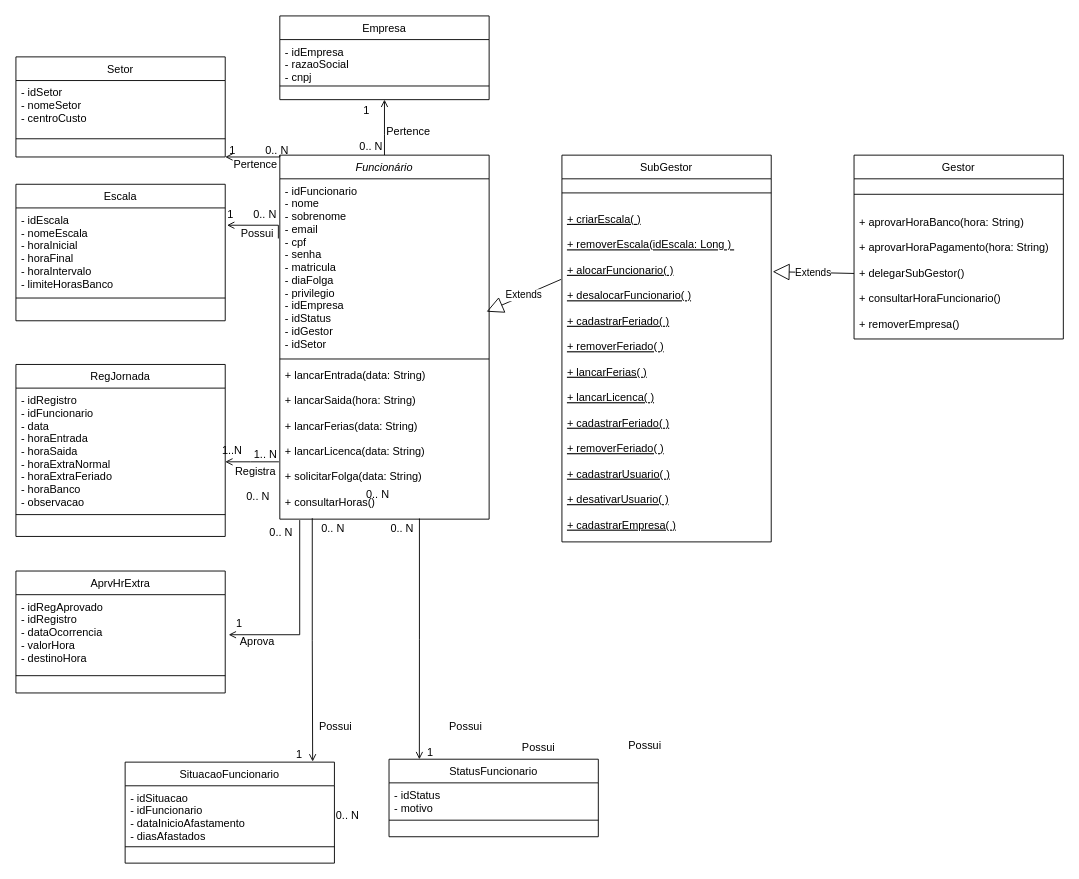
Above: 02-Draw.IO/diagrama-de-classes.drawio in samirnagib/ibmr-sgep-doc (draw.io), before the change. Source tidied: cells renumbered, new cells numbered last; positions are measured from the earlier drawing's top-left corner, leaving out a move shared by most shapes. Both pictures are drawn from the tidied source at 91%, with x=0, y=0 at pixel (15, 15).
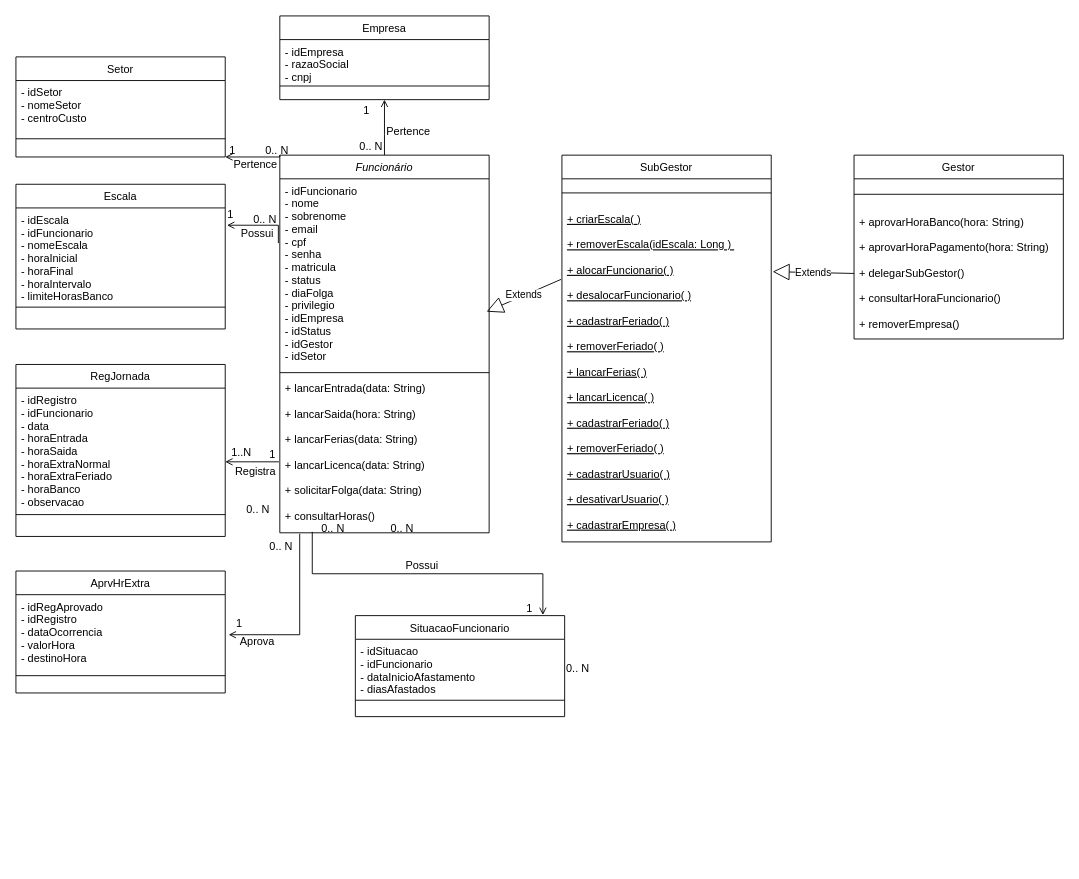
After the change.

Unchanged cells that the change refers to:
```xml
<mxCell id="38" style="endArrow=open;shadow=0;strokeWidth=1;rounded=0;endFill=1;edgeStyle=elbowEdgeStyle;elbow=vertical;" parent="1" edge="1">
  <mxGeometry x="0.5" y="41" relative="1" as="geometry">
    <mxPoint x="289" y="490" as="sourcePoint" />
    <mxPoint x="230" y="490" as="targetPoint" />
    <Array as="points">
      <mxPoint x="258" y="490" />
      <mxPoint x="157" y="536" />
      <mxPoint x="187" y="453" />
    </Array>
    <mxPoint x="-40" y="32" as="offset" />
  </mxGeometry>
</mxCell>
<mxCell id="45" style="endArrow=open;shadow=0;strokeWidth=1;rounded=0;endFill=1;edgeStyle=elbowEdgeStyle;elbow=vertical;exitX=0.095;exitY=1.006;exitDx=0;exitDy=0;exitPerimeter=0;" parent="1" edge="1" source="9">
  <mxGeometry x="0.5" y="41" relative="1" as="geometry">
    <mxPoint x="233.8" y="680" as="targetPoint" />
    <Array as="points">
      <mxPoint x="261.8" y="680" />
      <mxPoint x="160.8" y="726" />
      <mxPoint x="190.8" y="643" />
    </Array>
    <mxPoint x="-40" y="32" as="offset" />
  </mxGeometry>
</mxCell>
```

What changed in the source:
```diff
@@
     <mxCell id="6" value="Funcionário" style="swimlane;fontStyle=2;align=center;verticalAlign=top;horizontal=1;startSize=26;rounded=0;shadow=0;strokeWidth=1;" parent="1" vertex="1">
-      <mxGeometry x="290" y="153" width="230" height="400" as="geometry" />
+      <mxGeometry x="290" y="153" width="230" height="415" as="geometry" />
     </mxCell>
-    <mxCell id="7" value="- idFuncionario&#10;- nome&#10;- sobrenome&#10;- email&#10;- cpf&#10;- senha&#10;- matricula&#10;- diaFolga&#10;- privilegio&#10;- idEmpresa&#10;- idStatus&#10;- idGestor&#10;- idSetor&#10;" style="text;align=left;verticalAlign=top;spacingLeft=4;spacingRight=4;overflow=hidden;points=[[0,0.5],[1,0.5]];portConstraint=eastwest;" parent="6" vertex="1">
-      <mxGeometry y="26" width="230" height="194" as="geometry" />
+    <mxCell id="7" value="- idFuncionario&#10;- nome&#10;- sobrenome&#10;- email&#10;- cpf&#10;- senha&#10;- matricula&#10;- status&#10;- diaFolga&#10;- privilegio&#10;- idEmpresa&#10;- idStatus&#10;- idGestor&#10;- idSetor&#10;&#10;" style="text;align=left;verticalAlign=top;spacingLeft=4;spacingRight=4;overflow=hidden;points=[[0,0.5],[1,0.5]];portConstraint=eastwest;" parent="6" vertex="1">
+      <mxGeometry y="26" width="230" height="209" as="geometry" />
     </mxCell>
     <mxCell id="8" style="line;html=1;strokeWidth=1;align=left;verticalAlign=middle;spacingTop=-1;spacingLeft=3;spacingRight=3;labelPosition=right;" parent="6" vertex="1">
-      <mxGeometry y="220" width="230" height="8" as="geometry" />
+      <mxGeometry y="235" width="230" height="8" as="geometry" />
     </mxCell>
     <mxCell id="9" value="+ lancarEntrada(data: String)&#10;&#10;+ lancarSaida(hora: String)&#10;&#10;+ lancarFerias(data: String)&#10;&#10;+ lancarLicenca(data: String)&#10;&#10;+ solicitarFolga(data: String)&#10;&#10;+ consultarHoras()" style="text;align=left;verticalAlign=top;spacingLeft=4;spacingRight=4;overflow=hidden;points=[[0,0.5],[1,0.5]];portConstraint=eastwest;fontStyle=0;" parent="6" vertex="1">
-      <mxGeometry y="228" width="230" height="172" as="geometry" />
+      <mxGeometry y="243" width="230" height="172" as="geometry" />
     </mxCell>
@@
     <mxCell id="18" value="Escala" style="swimlane;fontStyle=0;align=center;verticalAlign=top;horizontal=1;startSize=26;rounded=0;shadow=0;strokeWidth=1;" parent="1" vertex="1">
-      <mxGeometry y="185" width="230" height="150" as="geometry" />
+      <mxGeometry y="185" width="230" height="159" as="geometry" />
     </mxCell>
-    <mxCell id="19" value="- idEscala&#10;- nomeEscala&#10;- horaInicial&#10;- horaFinal&#10;- horaIntervalo&#10;- limiteHorasBanco" style="text;align=left;verticalAlign=top;spacingLeft=4;spacingRight=4;overflow=hidden;" parent="18" vertex="1">
-      <mxGeometry y="26" width="230" height="94" as="geometry" />
+    <mxCell id="19" value="- idEscala&#10;- idFuncionario&#10;- nomeEscala&#10;- horaInicial&#10;- horaFinal&#10;- horaIntervalo&#10;- limiteHorasBanco" style="text;align=left;verticalAlign=top;spacingLeft=4;spacingRight=4;overflow=hidden;" parent="18" vertex="1">
+      <mxGeometry y="26" width="230" height="104" as="geometry" />
     </mxCell>
     <mxCell id="20" style="line;html=1;strokeWidth=1;align=left;verticalAlign=middle;spacingTop=-1;spacingLeft=3;spacingRight=3;labelPosition=right;" parent="18" vertex="1">
-      <mxGeometry y="120" width="230" height="10" as="geometry" />
+      <mxGeometry y="130" width="230" height="10" as="geometry" />
     </mxCell>
@@
-    <mxCell id="39" value="1.. N" style="align=left;verticalAlign=bottom;labelBackgroundColor=none;fontSize=12;" parent="38" vertex="1">
+    <mxCell id="39" value="1" style="align=left;verticalAlign=bottom;labelBackgroundColor=none;fontSize=12;" parent="38" vertex="1">
       <mxGeometry x="-1" relative="1" as="geometry">
-        <mxPoint x="-29.1" as="offset" />
+        <mxPoint x="-12" as="offset" />
       </mxGeometry>
     </mxCell>
     <mxCell id="40" value="1..N&#10;" style="align=right;verticalAlign=bottom;labelBackgroundColor=none;fontSize=12;" parent="38" vertex="1">
       <mxGeometry x="1" relative="1" as="geometry">
-        <mxPoint x="19.9" y="10" as="offset" />
+        <mxPoint x="30" y="12" as="offset" />
       </mxGeometry>
     </mxCell>
@@
-    <mxCell id="48" value="Possui&lt;br&gt;" style="text;html=1;align=center;verticalAlign=middle;labelBackgroundColor=none;rounded=0;shadow=0;strokeWidth=1;fontSize=12;" parent="45" vertex="1">
-      <mxGeometry x="0.5" y="49" relative="1" as="geometry">
-        <mxPoint x="208.6" y="51" as="offset" />
-      </mxGeometry>
-    </mxCell>
@@
     <mxCell id="50" value="0.. N" style="align=left;verticalAlign=bottom;labelBackgroundColor=none;fontSize=12;" parent="1" vertex="1">
-      <mxGeometry x="350" y="886.8" as="geometry" />
+      <mxGeometry x="603" y="725.8" as="geometry" />
     </mxCell>
+    <mxCell id="57" value="Possui&lt;br&gt;" style="text;html=1;align=center;verticalAlign=middle;labelBackgroundColor=none;rounded=0;shadow=0;strokeWidth=1;fontSize=12;" parent="1" vertex="1">
+      <mxGeometry x="445" y="603" as="geometry" />
+    </mxCell>
+    <mxCell id="58" style="endArrow=open;shadow=0;strokeWidth=1;rounded=0;endFill=1;edgeStyle=elbowEdgeStyle;elbow=vertical;exitX=0.155;exitY=0.994;exitDx=0;exitDy=0;exitPerimeter=0;entryX=0.896;entryY=-0.006;entryDx=0;entryDy=0;entryPerimeter=0;" parent="1" edge="1" source="9" target="51">
+      <mxGeometry x="0.5" y="41" relative="1" as="geometry">
+        <mxPoint x="-40" y="32" as="offset" />
+      </mxGeometry>
+    </mxCell>
+    <mxCell id="59" value="0.. N" style="align=left;verticalAlign=bottom;labelBackgroundColor=none;fontSize=12;" parent="58" vertex="1">
+      <mxGeometry x="-1" relative="1" as="geometry">
+        <mxPoint x="-48.7" y="24" as="offset" />
+      </mxGeometry>
+    </mxCell>
+    <mxCell id="65" value="0.. N" style="align=left;verticalAlign=bottom;labelBackgroundColor=none;fontSize=12;" parent="1" vertex="1">
+      <mxGeometry x="334" y="572" as="geometry" />
+    </mxCell>
+    <mxCell id="66" value="0.. N" style="align=left;verticalAlign=bottom;labelBackgroundColor=none;fontSize=12;" parent="1" vertex="1">
+      <mxGeometry x="410" y="572" as="geometry" />
+    </mxCell>
+    <mxCell id="67" value="1" style="align=right;verticalAlign=bottom;labelBackgroundColor=none;fontSize=12;" parent="1" vertex="1">
+      <mxGeometry x="569" y="659" as="geometry" />
+    </mxCell>
     <mxCell id="51" value="SituacaoFuncionario" style="swimlane;fontStyle=0;align=center;verticalAlign=top;horizontal=1;startSize=26;rounded=0;shadow=0;strokeWidth=1;" parent="1" vertex="1">
-      <mxGeometry x="120" y="820" width="230" height="111" as="geometry" />
+      <mxGeometry x="373" y="659" width="230" height="111" as="geometry" />
     </mxCell>
@@
-    <mxCell id="54" value="StatusFuncionario&#10;" style="swimlane;fontStyle=0;align=center;verticalAlign=top;horizontal=1;startSize=26;rounded=0;shadow=0;strokeWidth=1;" parent="1" vertex="1">
-      <mxGeometry x="410" y="816.8" width="230" height="85.2" as="geometry" />
-    </mxCell>
-    <mxCell id="55" value="- idStatus&#10;- motivo" style="text;align=left;verticalAlign=top;spacingLeft=4;spacingRight=4;overflow=hidden;" parent="54" vertex="1">
-      <mxGeometry y="26" width="230" height="36" as="geometry" />
-    </mxCell>
-    <mxCell id="56" style="line;html=1;strokeWidth=1;align=left;verticalAlign=middle;spacingTop=-1;spacingLeft=3;spacingRight=3;labelPosition=right;" parent="54" vertex="1">
-      <mxGeometry y="62" width="230" height="10" as="geometry" />
-    </mxCell>
-    <mxCell id="57" value="Possui&lt;br&gt;" style="text;html=1;align=center;verticalAlign=middle;labelBackgroundColor=none;rounded=0;shadow=0;strokeWidth=1;fontSize=12;" parent="1" vertex="1">
-      <mxGeometry x="350" y="780" as="geometry" />
-    </mxCell>
-    <mxCell id="58" style="endArrow=open;shadow=0;strokeWidth=1;rounded=0;endFill=1;edgeStyle=elbowEdgeStyle;elbow=vertical;exitX=0.155;exitY=0.994;exitDx=0;exitDy=0;exitPerimeter=0;entryX=0.896;entryY=-0.006;entryDx=0;entryDy=0;entryPerimeter=0;" parent="1" edge="1" source="9" target="51">
-      <mxGeometry x="0.5" y="41" relative="1" as="geometry">
-        <mxPoint x="-40" y="32" as="offset" />
-      </mxGeometry>
-    </mxCell>
-    <mxCell id="59" value="0.. N" style="align=left;verticalAlign=bottom;labelBackgroundColor=none;fontSize=12;" parent="58" vertex="1">
-      <mxGeometry x="-1" relative="1" as="geometry">
-        <mxPoint x="-48.7" y="24" as="offset" />
-      </mxGeometry>
-    </mxCell>
-    <mxCell id="60" value="Possui&lt;br&gt;" style="text;html=1;align=center;verticalAlign=middle;labelBackgroundColor=none;rounded=0;shadow=0;strokeWidth=1;fontSize=12;" parent="58" vertex="1">
-      <mxGeometry x="0.5" y="49" relative="1" as="geometry">
-        <mxPoint x="198.2" y="51" as="offset" />
-      </mxGeometry>
-    </mxCell>
-    <mxCell id="61" style="endArrow=open;shadow=0;strokeWidth=1;rounded=0;endFill=1;edgeStyle=elbowEdgeStyle;elbow=vertical;entryX=0.145;entryY=0.001;entryDx=0;entryDy=0;entryPerimeter=0;exitX=0.667;exitY=0.996;exitDx=0;exitDy=0;exitPerimeter=0;" parent="1" edge="1" source="9" target="54">
-      <mxGeometry x="0.5" y="41" relative="1" as="geometry">
-        <mxPoint x="-40" y="32" as="offset" />
-      </mxGeometry>
-    </mxCell>
-    <mxCell id="62" value="0.. N" style="align=left;verticalAlign=bottom;labelBackgroundColor=none;fontSize=12;" parent="61" vertex="1">
-      <mxGeometry x="-1" relative="1" as="geometry">
-        <mxPoint x="-60.2" y="-17.8" as="offset" />
-      </mxGeometry>
-    </mxCell>
-    <mxCell id="63" value="1" style="align=right;verticalAlign=bottom;labelBackgroundColor=none;fontSize=12;" parent="61" vertex="1">
-      <mxGeometry x="1" relative="1" as="geometry">
-        <mxPoint x="16.7" as="offset" />
-      </mxGeometry>
-    </mxCell>
-    <mxCell id="64" value="Possui&lt;br&gt;" style="text;html=1;align=center;verticalAlign=middle;labelBackgroundColor=none;rounded=0;shadow=0;strokeWidth=1;fontSize=12;" parent="61" vertex="1">
-      <mxGeometry x="0.5" y="49" relative="1" as="geometry">
-        <mxPoint x="198.2" y="51" as="offset" />
-      </mxGeometry>
-    </mxCell>
-    <mxCell id="65" value="0.. N" style="align=left;verticalAlign=bottom;labelBackgroundColor=none;fontSize=12;" parent="1" vertex="1">
-      <mxGeometry x="334" y="572" as="geometry" />
-    </mxCell>
-    <mxCell id="66" value="0.. N" style="align=left;verticalAlign=bottom;labelBackgroundColor=none;fontSize=12;" parent="1" vertex="1">
-      <mxGeometry x="410" y="572" as="geometry" />
-    </mxCell>
-    <mxCell id="67" value="1" style="align=right;verticalAlign=bottom;labelBackgroundColor=none;fontSize=12;" parent="1" vertex="1">
-      <mxGeometry x="316" y="820" as="geometry" />
-    </mxCell>
```
